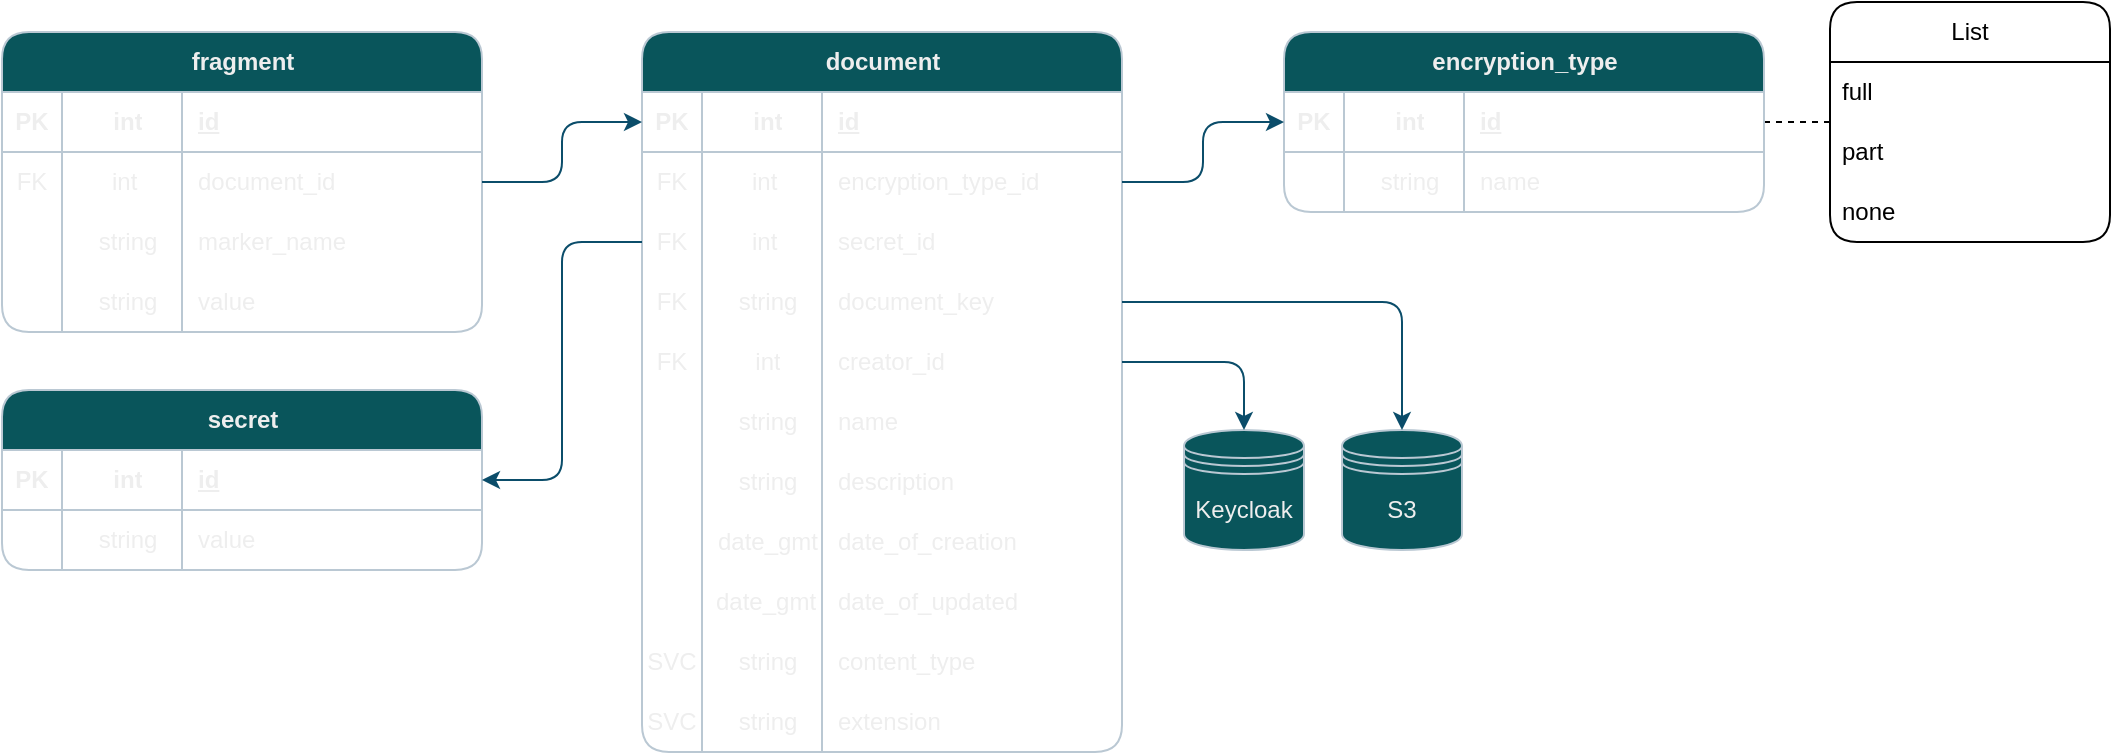
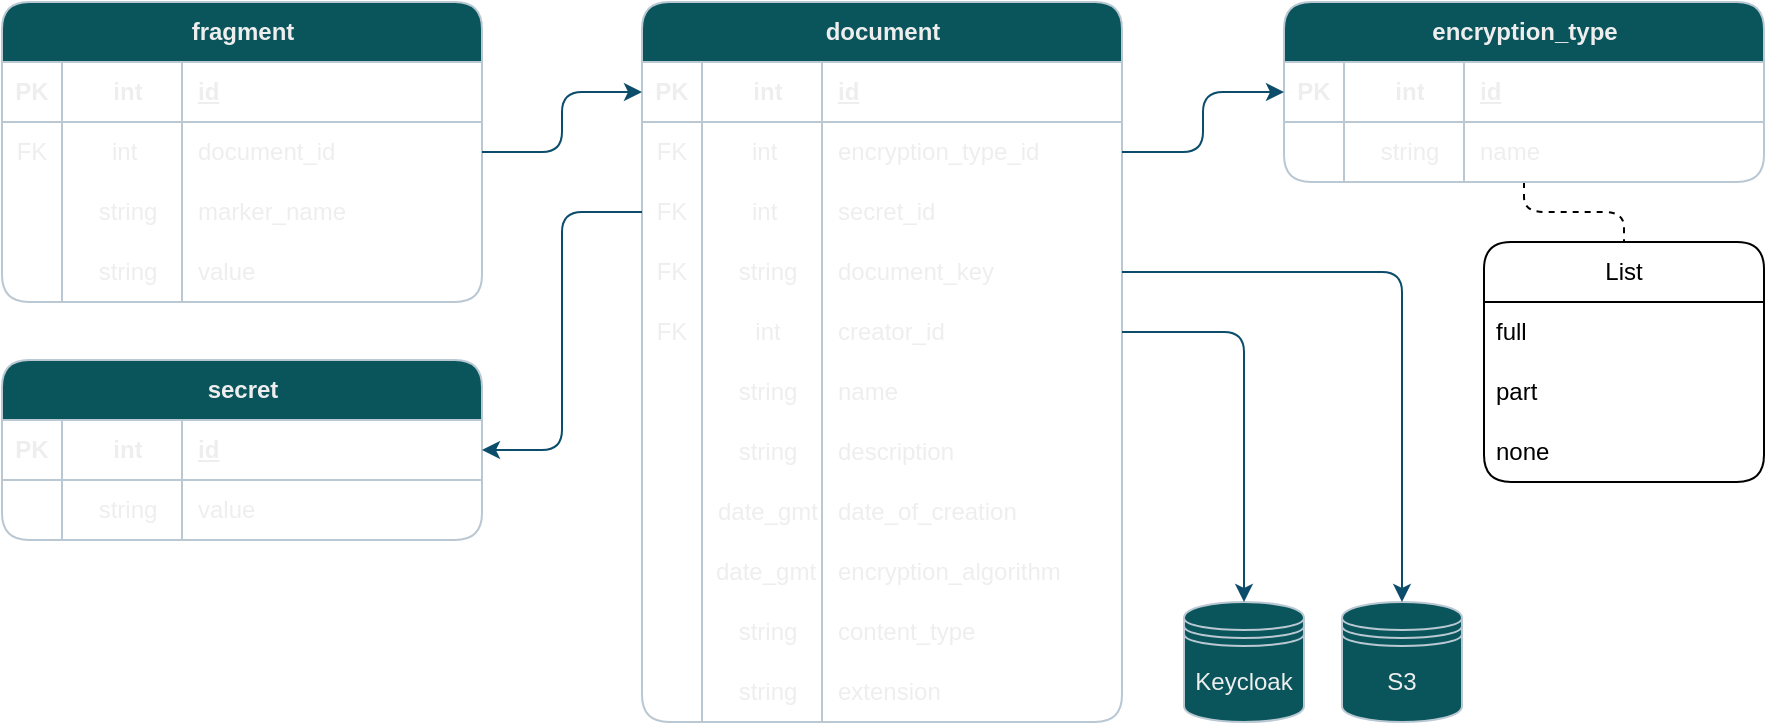
<mxfile host="65bd71144e">
    <diagram name="ER" id="ozNQdtyLzqo4yl6MguCJ">
-         <mxGraphModel dx="666" dy="1712" grid="1" gridSize="10" guides="1" tooltips="1" connect="1" arrows="1" fold="1" page="1" pageScale="1" pageWidth="827" pageHeight="1169" background="none" math="0" shadow="0" adaptiveColors="simple">
+         <mxGraphModel dx="1061" dy="1659" grid="1" gridSize="10" guides="1" tooltips="1" connect="1" arrows="1" fold="1" page="1" pageScale="1" pageWidth="827" pageHeight="1169" background="none" math="0" shadow="0" adaptiveColors="simple">
            <root>
                <mxCell id="0"/>
                <mxCell id="1" parent="0"/>
                <mxCell id="WeMIfrzVzb1mhSaOXlbd-22" value="document" style="shape=table;startSize=30;container=1;collapsible=1;childLayout=tableLayout;fixedRows=1;rowLines=0;fontStyle=1;align=center;resizeLast=1;html=1;rounded=1;strokeColor=#BAC8D3;fontColor=#EEEEEE;fillColor=#09555B;labelBackgroundColor=none;" parent="1" vertex="1">
                    <mxGeometry x="920" y="-199" width="240" height="360" as="geometry"/>
                </mxCell>
                <mxCell id="WeMIfrzVzb1mhSaOXlbd-23" value="" style="shape=tableRow;horizontal=0;startSize=0;swimlaneHead=0;swimlaneBody=0;fillColor=none;collapsible=0;dropTarget=0;points=[[0,0.5],[1,0.5]];portConstraint=eastwest;top=0;left=0;right=0;bottom=1;rounded=1;strokeColor=#BAC8D3;fontColor=#EEEEEE;labelBackgroundColor=none;" parent="WeMIfrzVzb1mhSaOXlbd-22" vertex="1">
                    <mxGeometry y="30" width="240" height="30" as="geometry"/>
                </mxCell>
                <mxCell id="WeMIfrzVzb1mhSaOXlbd-24" value="PK" style="shape=partialRectangle;connectable=0;fillColor=none;top=0;left=0;bottom=0;right=0;fontStyle=1;overflow=hidden;whiteSpace=wrap;html=1;rounded=1;strokeColor=#BAC8D3;fontColor=#EEEEEE;labelBackgroundColor=none;" parent="WeMIfrzVzb1mhSaOXlbd-23" vertex="1">
                    <mxGeometry width="30" height="30" as="geometry">
                        <mxRectangle width="30" height="30" as="alternateBounds"/>
                    </mxGeometry>
                </mxCell>
                <mxCell id="WeMIfrzVzb1mhSaOXlbd-25" value="int" style="shape=partialRectangle;connectable=0;fillColor=none;top=0;left=0;bottom=0;right=0;align=center;spacingLeft=6;fontStyle=1;overflow=hidden;whiteSpace=wrap;html=1;rounded=1;strokeColor=#BAC8D3;fontColor=#EEEEEE;labelBackgroundColor=none;" parent="WeMIfrzVzb1mhSaOXlbd-23" vertex="1">
                    <mxGeometry x="30" width="60" height="30" as="geometry">
                        <mxRectangle width="60" height="30" as="alternateBounds"/>
                    </mxGeometry>
                </mxCell>
                <mxCell id="WeMIfrzVzb1mhSaOXlbd-26" value="id" style="shape=partialRectangle;connectable=0;fillColor=none;top=0;left=0;bottom=0;right=0;align=left;spacingLeft=6;fontStyle=5;overflow=hidden;whiteSpace=wrap;html=1;rounded=1;strokeColor=#BAC8D3;fontColor=#EEEEEE;labelBackgroundColor=none;" parent="WeMIfrzVzb1mhSaOXlbd-23" vertex="1">
                    <mxGeometry x="90" width="150" height="30" as="geometry">
                        <mxRectangle width="150" height="30" as="alternateBounds"/>
                    </mxGeometry>
                </mxCell>
                <mxCell id="9z7OLy6JW_8dJLC3T-MT-35" style="shape=tableRow;horizontal=0;startSize=0;swimlaneHead=0;swimlaneBody=0;fillColor=none;collapsible=0;dropTarget=0;points=[[0,0.5],[1,0.5]];portConstraint=eastwest;top=0;left=0;right=0;bottom=0;rounded=1;strokeColor=#BAC8D3;fontColor=#EEEEEE;labelBackgroundColor=none;" parent="WeMIfrzVzb1mhSaOXlbd-22" vertex="1">
                    <mxGeometry y="60" width="240" height="30" as="geometry"/>
                </mxCell>
                <mxCell id="9z7OLy6JW_8dJLC3T-MT-36" value="FK" style="shape=partialRectangle;connectable=0;fillColor=none;top=0;left=0;bottom=0;right=0;editable=1;overflow=hidden;whiteSpace=wrap;html=1;rounded=1;strokeColor=#BAC8D3;fontColor=#EEEEEE;labelBackgroundColor=none;" parent="9z7OLy6JW_8dJLC3T-MT-35" vertex="1">
                    <mxGeometry width="30" height="30" as="geometry">
                        <mxRectangle width="30" height="30" as="alternateBounds"/>
                    </mxGeometry>
                </mxCell>
                <mxCell id="9z7OLy6JW_8dJLC3T-MT-37" value="int&amp;nbsp;" style="shape=partialRectangle;connectable=0;fillColor=none;top=0;left=0;bottom=0;right=0;align=center;spacingLeft=6;overflow=hidden;whiteSpace=wrap;html=1;rounded=1;strokeColor=#BAC8D3;fontColor=#EEEEEE;fontStyle=0;labelBackgroundColor=none;" parent="9z7OLy6JW_8dJLC3T-MT-35" vertex="1">
                    <mxGeometry x="30" width="60" height="30" as="geometry">
                        <mxRectangle width="60" height="30" as="alternateBounds"/>
                    </mxGeometry>
                </mxCell>
                <mxCell id="9z7OLy6JW_8dJLC3T-MT-38" value="encryption_type_id" style="shape=partialRectangle;connectable=0;fillColor=none;top=0;left=0;bottom=0;right=0;align=left;spacingLeft=6;overflow=hidden;whiteSpace=wrap;html=1;rounded=1;strokeColor=#BAC8D3;fontColor=#EEEEEE;labelBackgroundColor=none;" parent="9z7OLy6JW_8dJLC3T-MT-35" vertex="1">
                    <mxGeometry x="90" width="150" height="30" as="geometry">
                        <mxRectangle width="150" height="30" as="alternateBounds"/>
                    </mxGeometry>
                </mxCell>
                <mxCell id="WeMIfrzVzb1mhSaOXlbd-31" value="" style="shape=tableRow;horizontal=0;startSize=0;swimlaneHead=0;swimlaneBody=0;fillColor=none;collapsible=0;dropTarget=0;points=[[0,0.5],[1,0.5]];portConstraint=eastwest;top=0;left=0;right=0;bottom=0;rounded=1;strokeColor=#BAC8D3;fontColor=#EEEEEE;labelBackgroundColor=none;" parent="WeMIfrzVzb1mhSaOXlbd-22" vertex="1">
                    <mxGeometry y="90" width="240" height="30" as="geometry"/>
                </mxCell>
                <mxCell id="WeMIfrzVzb1mhSaOXlbd-32" value="FK" style="shape=partialRectangle;connectable=0;fillColor=none;top=0;left=0;bottom=0;right=0;editable=1;overflow=hidden;whiteSpace=wrap;html=1;rounded=1;strokeColor=#BAC8D3;fontColor=#EEEEEE;labelBackgroundColor=none;" parent="WeMIfrzVzb1mhSaOXlbd-31" vertex="1">
                    <mxGeometry width="30" height="30" as="geometry">
                        <mxRectangle width="30" height="30" as="alternateBounds"/>
                    </mxGeometry>
                </mxCell>
                <mxCell id="WeMIfrzVzb1mhSaOXlbd-33" value="int&amp;nbsp;" style="shape=partialRectangle;connectable=0;fillColor=none;top=0;left=0;bottom=0;right=0;align=center;spacingLeft=6;overflow=hidden;whiteSpace=wrap;html=1;rounded=1;strokeColor=#BAC8D3;fontColor=#EEEEEE;fontStyle=0;labelBackgroundColor=none;" parent="WeMIfrzVzb1mhSaOXlbd-31" vertex="1">
                    <mxGeometry x="30" width="60" height="30" as="geometry">
                        <mxRectangle width="60" height="30" as="alternateBounds"/>
                    </mxGeometry>
                </mxCell>
                <mxCell id="WeMIfrzVzb1mhSaOXlbd-34" value="secret_id" style="shape=partialRectangle;connectable=0;fillColor=none;top=0;left=0;bottom=0;right=0;align=left;spacingLeft=6;overflow=hidden;whiteSpace=wrap;html=1;rounded=1;strokeColor=#BAC8D3;fontColor=#EEEEEE;labelBackgroundColor=none;" parent="WeMIfrzVzb1mhSaOXlbd-31" vertex="1">
                    <mxGeometry x="90" width="150" height="30" as="geometry">
                        <mxRectangle width="150" height="30" as="alternateBounds"/>
                    </mxGeometry>
                </mxCell>
                <mxCell id="WeMIfrzVzb1mhSaOXlbd-27" value="" style="shape=tableRow;horizontal=0;startSize=0;swimlaneHead=0;swimlaneBody=0;fillColor=none;collapsible=0;dropTarget=0;points=[[0,0.5],[1,0.5]];portConstraint=eastwest;top=0;left=0;right=0;bottom=0;rounded=1;strokeColor=#BAC8D3;fontColor=#EEEEEE;labelBackgroundColor=none;" parent="WeMIfrzVzb1mhSaOXlbd-22" vertex="1">
                    <mxGeometry y="120" width="240" height="30" as="geometry"/>
                </mxCell>
                <mxCell id="WeMIfrzVzb1mhSaOXlbd-28" value="FK" style="shape=partialRectangle;connectable=0;fillColor=none;top=0;left=0;bottom=0;right=0;editable=1;overflow=hidden;whiteSpace=wrap;html=1;rounded=1;strokeColor=#BAC8D3;fontColor=#EEEEEE;labelBackgroundColor=none;" parent="WeMIfrzVzb1mhSaOXlbd-27" vertex="1">
                    <mxGeometry width="30" height="30" as="geometry">
                        <mxRectangle width="30" height="30" as="alternateBounds"/>
                    </mxGeometry>
                </mxCell>
                <mxCell id="WeMIfrzVzb1mhSaOXlbd-29" value="string" style="shape=partialRectangle;connectable=0;fillColor=none;top=0;left=0;bottom=0;right=0;align=center;spacingLeft=6;overflow=hidden;whiteSpace=wrap;html=1;rounded=1;strokeColor=#BAC8D3;fontColor=#EEEEEE;fontStyle=0;labelBackgroundColor=none;" parent="WeMIfrzVzb1mhSaOXlbd-27" vertex="1">
                    <mxGeometry x="30" width="60" height="30" as="geometry">
                        <mxRectangle width="60" height="30" as="alternateBounds"/>
                    </mxGeometry>
                </mxCell>
                <mxCell id="WeMIfrzVzb1mhSaOXlbd-30" value="document_key" style="shape=partialRectangle;connectable=0;fillColor=none;top=0;left=0;bottom=0;right=0;align=left;spacingLeft=6;overflow=hidden;whiteSpace=wrap;html=1;rounded=1;strokeColor=#BAC8D3;fontColor=#EEEEEE;labelBackgroundColor=none;" parent="WeMIfrzVzb1mhSaOXlbd-27" vertex="1">
                    <mxGeometry x="90" width="150" height="30" as="geometry">
                        <mxRectangle width="150" height="30" as="alternateBounds"/>
                    </mxGeometry>
                </mxCell>
                <mxCell id="9z7OLy6JW_8dJLC3T-MT-43" style="shape=tableRow;horizontal=0;startSize=0;swimlaneHead=0;swimlaneBody=0;fillColor=none;collapsible=0;dropTarget=0;points=[[0,0.5],[1,0.5]];portConstraint=eastwest;top=0;left=0;right=0;bottom=0;rounded=1;strokeColor=#BAC8D3;fontColor=#EEEEEE;labelBackgroundColor=none;" parent="WeMIfrzVzb1mhSaOXlbd-22" vertex="1">
                    <mxGeometry y="150" width="240" height="30" as="geometry"/>
                </mxCell>
                <mxCell id="9z7OLy6JW_8dJLC3T-MT-44" value="FK" style="shape=partialRectangle;connectable=0;fillColor=none;top=0;left=0;bottom=0;right=0;editable=1;overflow=hidden;whiteSpace=wrap;html=1;rounded=1;strokeColor=#BAC8D3;fontColor=#EEEEEE;labelBackgroundColor=none;" parent="9z7OLy6JW_8dJLC3T-MT-43" vertex="1">
                    <mxGeometry width="30" height="30" as="geometry">
                        <mxRectangle width="30" height="30" as="alternateBounds"/>
                    </mxGeometry>
                </mxCell>
                <mxCell id="9z7OLy6JW_8dJLC3T-MT-45" value="int" style="shape=partialRectangle;connectable=0;fillColor=none;top=0;left=0;bottom=0;right=0;align=center;spacingLeft=6;overflow=hidden;whiteSpace=wrap;html=1;rounded=1;strokeColor=#BAC8D3;fontColor=#EEEEEE;fontStyle=0;labelBackgroundColor=none;" parent="9z7OLy6JW_8dJLC3T-MT-43" vertex="1">
                    <mxGeometry x="30" width="60" height="30" as="geometry">
                        <mxRectangle width="60" height="30" as="alternateBounds"/>
                    </mxGeometry>
                </mxCell>
                <mxCell id="9z7OLy6JW_8dJLC3T-MT-46" value="creator_id" style="shape=partialRectangle;connectable=0;fillColor=none;top=0;left=0;bottom=0;right=0;align=left;spacingLeft=6;overflow=hidden;whiteSpace=wrap;html=1;rounded=1;strokeColor=#BAC8D3;fontColor=#EEEEEE;labelBackgroundColor=none;" parent="9z7OLy6JW_8dJLC3T-MT-43" vertex="1">
                    <mxGeometry x="90" width="150" height="30" as="geometry">
                        <mxRectangle width="150" height="30" as="alternateBounds"/>
                    </mxGeometry>
                </mxCell>
                <mxCell id="02yuYbhJ1XJTnmvCylMU-35" style="shape=tableRow;horizontal=0;startSize=0;swimlaneHead=0;swimlaneBody=0;fillColor=none;collapsible=0;dropTarget=0;points=[[0,0.5],[1,0.5]];portConstraint=eastwest;top=0;left=0;right=0;bottom=0;rounded=1;strokeColor=#BAC8D3;fontColor=#EEEEEE;labelBackgroundColor=none;" parent="WeMIfrzVzb1mhSaOXlbd-22" vertex="1">
                    <mxGeometry y="180" width="240" height="30" as="geometry"/>
                </mxCell>
                <mxCell id="02yuYbhJ1XJTnmvCylMU-36" style="shape=partialRectangle;connectable=0;fillColor=none;top=0;left=0;bottom=0;right=0;editable=1;overflow=hidden;whiteSpace=wrap;html=1;rounded=1;strokeColor=#BAC8D3;fontColor=#EEEEEE;labelBackgroundColor=none;" parent="02yuYbhJ1XJTnmvCylMU-35" vertex="1">
                    <mxGeometry width="30" height="30" as="geometry">
                        <mxRectangle width="30" height="30" as="alternateBounds"/>
                    </mxGeometry>
                </mxCell>
                <mxCell id="02yuYbhJ1XJTnmvCylMU-37" value="string" style="shape=partialRectangle;connectable=0;fillColor=none;top=0;left=0;bottom=0;right=0;align=center;spacingLeft=6;overflow=hidden;whiteSpace=wrap;html=1;rounded=1;strokeColor=#BAC8D3;fontColor=#EEEEEE;fontStyle=0;labelBackgroundColor=none;" parent="02yuYbhJ1XJTnmvCylMU-35" vertex="1">
                    <mxGeometry x="30" width="60" height="30" as="geometry">
                        <mxRectangle width="60" height="30" as="alternateBounds"/>
                    </mxGeometry>
                </mxCell>
                <mxCell id="02yuYbhJ1XJTnmvCylMU-38" value="name" style="shape=partialRectangle;connectable=0;fillColor=none;top=0;left=0;bottom=0;right=0;align=left;spacingLeft=6;overflow=hidden;whiteSpace=wrap;html=1;rounded=1;strokeColor=#BAC8D3;fontColor=#EEEEEE;labelBackgroundColor=none;" parent="02yuYbhJ1XJTnmvCylMU-35" vertex="1">
                    <mxGeometry x="90" width="150" height="30" as="geometry">
                        <mxRectangle width="150" height="30" as="alternateBounds"/>
                    </mxGeometry>
                </mxCell>
                <mxCell id="02yuYbhJ1XJTnmvCylMU-31" style="shape=tableRow;horizontal=0;startSize=0;swimlaneHead=0;swimlaneBody=0;fillColor=none;collapsible=0;dropTarget=0;points=[[0,0.5],[1,0.5]];portConstraint=eastwest;top=0;left=0;right=0;bottom=0;rounded=1;strokeColor=#BAC8D3;fontColor=#EEEEEE;labelBackgroundColor=none;" parent="WeMIfrzVzb1mhSaOXlbd-22" vertex="1">
                    <mxGeometry y="210" width="240" height="30" as="geometry"/>
                </mxCell>
                <mxCell id="02yuYbhJ1XJTnmvCylMU-32" style="shape=partialRectangle;connectable=0;fillColor=none;top=0;left=0;bottom=0;right=0;editable=1;overflow=hidden;whiteSpace=wrap;html=1;rounded=1;strokeColor=#BAC8D3;fontColor=#EEEEEE;labelBackgroundColor=none;" parent="02yuYbhJ1XJTnmvCylMU-31" vertex="1">
                    <mxGeometry width="30" height="30" as="geometry">
                        <mxRectangle width="30" height="30" as="alternateBounds"/>
                    </mxGeometry>
                </mxCell>
                <mxCell id="02yuYbhJ1XJTnmvCylMU-33" value="string" style="shape=partialRectangle;connectable=0;fillColor=none;top=0;left=0;bottom=0;right=0;align=center;spacingLeft=6;overflow=hidden;whiteSpace=wrap;html=1;rounded=1;strokeColor=#BAC8D3;fontColor=#EEEEEE;fontStyle=0;labelBackgroundColor=none;" parent="02yuYbhJ1XJTnmvCylMU-31" vertex="1">
                    <mxGeometry x="30" width="60" height="30" as="geometry">
                        <mxRectangle width="60" height="30" as="alternateBounds"/>
                    </mxGeometry>
                </mxCell>
                <mxCell id="02yuYbhJ1XJTnmvCylMU-34" value="description" style="shape=partialRectangle;connectable=0;fillColor=none;top=0;left=0;bottom=0;right=0;align=left;spacingLeft=6;overflow=hidden;whiteSpace=wrap;html=1;rounded=1;strokeColor=#BAC8D3;fontColor=#EEEEEE;labelBackgroundColor=none;" parent="02yuYbhJ1XJTnmvCylMU-31" vertex="1">
                    <mxGeometry x="90" width="150" height="30" as="geometry">
                        <mxRectangle width="150" height="30" as="alternateBounds"/>
                    </mxGeometry>
                </mxCell>
                <mxCell id="DQQT187eWOYeW75ENzVE-5" style="shape=tableRow;horizontal=0;startSize=0;swimlaneHead=0;swimlaneBody=0;fillColor=none;collapsible=0;dropTarget=0;points=[[0,0.5],[1,0.5]];portConstraint=eastwest;top=0;left=0;right=0;bottom=0;rounded=1;strokeColor=#BAC8D3;fontColor=#EEEEEE;labelBackgroundColor=none;" parent="WeMIfrzVzb1mhSaOXlbd-22" vertex="1">
                    <mxGeometry y="240" width="240" height="30" as="geometry"/>
                </mxCell>
                <mxCell id="DQQT187eWOYeW75ENzVE-6" style="shape=partialRectangle;connectable=0;fillColor=none;top=0;left=0;bottom=0;right=0;editable=1;overflow=hidden;whiteSpace=wrap;html=1;rounded=1;strokeColor=#BAC8D3;fontColor=#EEEEEE;labelBackgroundColor=none;" parent="DQQT187eWOYeW75ENzVE-5" vertex="1">
                    <mxGeometry width="30" height="30" as="geometry">
                        <mxRectangle width="30" height="30" as="alternateBounds"/>
                    </mxGeometry>
                </mxCell>
                <mxCell id="DQQT187eWOYeW75ENzVE-7" value="date_gmt" style="shape=partialRectangle;connectable=0;fillColor=none;top=0;left=0;bottom=0;right=0;align=center;spacingLeft=6;overflow=hidden;whiteSpace=wrap;html=1;rounded=1;strokeColor=#BAC8D3;fontColor=#EEEEEE;fontStyle=0;labelBackgroundColor=none;" parent="DQQT187eWOYeW75ENzVE-5" vertex="1">
                    <mxGeometry x="30" width="60" height="30" as="geometry">
                        <mxRectangle width="60" height="30" as="alternateBounds"/>
                    </mxGeometry>
                </mxCell>
                <mxCell id="DQQT187eWOYeW75ENzVE-8" value="date_of_creation" style="shape=partialRectangle;connectable=0;fillColor=none;top=0;left=0;bottom=0;right=0;align=left;spacingLeft=6;overflow=hidden;whiteSpace=wrap;html=1;rounded=1;strokeColor=#BAC8D3;fontColor=#EEEEEE;labelBackgroundColor=none;" parent="DQQT187eWOYeW75ENzVE-5" vertex="1">
                    <mxGeometry x="90" width="150" height="30" as="geometry">
                        <mxRectangle width="150" height="30" as="alternateBounds"/>
                    </mxGeometry>
                </mxCell>
                <mxCell id="DQQT187eWOYeW75ENzVE-9" style="shape=tableRow;horizontal=0;startSize=0;swimlaneHead=0;swimlaneBody=0;fillColor=none;collapsible=0;dropTarget=0;points=[[0,0.5],[1,0.5]];portConstraint=eastwest;top=0;left=0;right=0;bottom=0;rounded=1;strokeColor=#BAC8D3;fontColor=#EEEEEE;labelBackgroundColor=none;" parent="WeMIfrzVzb1mhSaOXlbd-22" vertex="1">
                    <mxGeometry y="270" width="240" height="30" as="geometry"/>
                </mxCell>
                <mxCell id="DQQT187eWOYeW75ENzVE-10" style="shape=partialRectangle;connectable=0;fillColor=none;top=0;left=0;bottom=0;right=0;editable=1;overflow=hidden;whiteSpace=wrap;html=1;rounded=1;strokeColor=#BAC8D3;fontColor=#EEEEEE;labelBackgroundColor=none;" parent="DQQT187eWOYeW75ENzVE-9" vertex="1">
                    <mxGeometry width="30" height="30" as="geometry">
                        <mxRectangle width="30" height="30" as="alternateBounds"/>
                    </mxGeometry>
                </mxCell>
                <mxCell id="DQQT187eWOYeW75ENzVE-11" value="date_gmt&amp;nbsp;" style="shape=partialRectangle;connectable=0;fillColor=none;top=0;left=0;bottom=0;right=0;align=center;spacingLeft=6;overflow=hidden;whiteSpace=wrap;html=1;rounded=1;strokeColor=#BAC8D3;fontColor=#EEEEEE;fontStyle=0;labelBackgroundColor=none;" parent="DQQT187eWOYeW75ENzVE-9" vertex="1">
                    <mxGeometry x="30" width="60" height="30" as="geometry">
                        <mxRectangle width="60" height="30" as="alternateBounds"/>
                    </mxGeometry>
                </mxCell>
-                 <mxCell id="DQQT187eWOYeW75ENzVE-12" value="date_of_updated" style="shape=partialRectangle;connectable=0;fillColor=none;top=0;left=0;bottom=0;right=0;align=left;spacingLeft=6;overflow=hidden;whiteSpace=wrap;html=1;rounded=1;strokeColor=#BAC8D3;fontColor=#EEEEEE;labelBackgroundColor=none;" parent="DQQT187eWOYeW75ENzVE-9" vertex="1">
+                 <mxCell id="DQQT187eWOYeW75ENzVE-12" value="encryption_algorithm" style="shape=partialRectangle;connectable=0;fillColor=none;top=0;left=0;bottom=0;right=0;align=left;spacingLeft=6;overflow=hidden;whiteSpace=wrap;html=1;rounded=1;strokeColor=#BAC8D3;fontColor=#EEEEEE;labelBackgroundColor=none;" parent="DQQT187eWOYeW75ENzVE-9" vertex="1">
                    <mxGeometry x="90" width="150" height="30" as="geometry">
                        <mxRectangle width="150" height="30" as="alternateBounds"/>
                    </mxGeometry>
                </mxCell>
                <mxCell id="WeMIfrzVzb1mhSaOXlbd-35" value="" style="shape=tableRow;horizontal=0;startSize=0;swimlaneHead=0;swimlaneBody=0;fillColor=none;collapsible=0;dropTarget=0;points=[[0,0.5],[1,0.5]];portConstraint=eastwest;top=0;left=0;right=0;bottom=0;rounded=1;strokeColor=#BAC8D3;fontColor=#EEEEEE;labelBackgroundColor=none;" parent="WeMIfrzVzb1mhSaOXlbd-22" vertex="1">
                    <mxGeometry y="300" width="240" height="30" as="geometry"/>
                </mxCell>
-                 <mxCell id="WeMIfrzVzb1mhSaOXlbd-36" value="SVC" style="shape=partialRectangle;connectable=0;fillColor=none;top=0;left=0;bottom=0;right=0;editable=1;overflow=hidden;whiteSpace=wrap;html=1;rounded=1;strokeColor=#BAC8D3;fontColor=#EEEEEE;labelBackgroundColor=none;" parent="WeMIfrzVzb1mhSaOXlbd-35" vertex="1">
+                 <mxCell id="WeMIfrzVzb1mhSaOXlbd-36" value="" style="shape=partialRectangle;connectable=0;fillColor=none;top=0;left=0;bottom=0;right=0;editable=1;overflow=hidden;whiteSpace=wrap;html=1;rounded=1;strokeColor=#BAC8D3;fontColor=#EEEEEE;labelBackgroundColor=none;" parent="WeMIfrzVzb1mhSaOXlbd-35" vertex="1">
                    <mxGeometry width="30" height="30" as="geometry">
                        <mxRectangle width="30" height="30" as="alternateBounds"/>
                    </mxGeometry>
                </mxCell>
                <mxCell id="WeMIfrzVzb1mhSaOXlbd-37" value="string" style="shape=partialRectangle;connectable=0;fillColor=none;top=0;left=0;bottom=0;right=0;align=center;spacingLeft=6;overflow=hidden;whiteSpace=wrap;html=1;rounded=1;strokeColor=#BAC8D3;fontColor=#EEEEEE;fontStyle=0;labelBackgroundColor=none;" parent="WeMIfrzVzb1mhSaOXlbd-35" vertex="1">
                    <mxGeometry x="30" width="60" height="30" as="geometry">
                        <mxRectangle width="60" height="30" as="alternateBounds"/>
                    </mxGeometry>
                </mxCell>
                <mxCell id="WeMIfrzVzb1mhSaOXlbd-38" value="content_type" style="shape=partialRectangle;connectable=0;fillColor=none;top=0;left=0;bottom=0;right=0;align=left;spacingLeft=6;overflow=hidden;whiteSpace=wrap;html=1;rounded=1;strokeColor=#BAC8D3;fontColor=#EEEEEE;labelBackgroundColor=none;" parent="WeMIfrzVzb1mhSaOXlbd-35" vertex="1">
                    <mxGeometry x="90" width="150" height="30" as="geometry">
                        <mxRectangle width="150" height="30" as="alternateBounds"/>
                    </mxGeometry>
                </mxCell>
                <mxCell id="DQQT187eWOYeW75ENzVE-1" style="shape=tableRow;horizontal=0;startSize=0;swimlaneHead=0;swimlaneBody=0;fillColor=none;collapsible=0;dropTarget=0;points=[[0,0.5],[1,0.5]];portConstraint=eastwest;top=0;left=0;right=0;bottom=0;rounded=1;strokeColor=#BAC8D3;fontColor=#EEEEEE;labelBackgroundColor=none;" parent="WeMIfrzVzb1mhSaOXlbd-22" vertex="1">
                    <mxGeometry y="330" width="240" height="30" as="geometry"/>
                </mxCell>
-                 <mxCell id="DQQT187eWOYeW75ENzVE-2" value="SVC" style="shape=partialRectangle;connectable=0;fillColor=none;top=0;left=0;bottom=0;right=0;editable=1;overflow=hidden;whiteSpace=wrap;html=1;rounded=1;strokeColor=#BAC8D3;fontColor=#EEEEEE;labelBackgroundColor=none;" parent="DQQT187eWOYeW75ENzVE-1" vertex="1">
+                 <mxCell id="DQQT187eWOYeW75ENzVE-2" value="" style="shape=partialRectangle;connectable=0;fillColor=none;top=0;left=0;bottom=0;right=0;editable=1;overflow=hidden;whiteSpace=wrap;html=1;rounded=1;strokeColor=#BAC8D3;fontColor=#EEEEEE;labelBackgroundColor=none;" parent="DQQT187eWOYeW75ENzVE-1" vertex="1">
                    <mxGeometry width="30" height="30" as="geometry">
                        <mxRectangle width="30" height="30" as="alternateBounds"/>
                    </mxGeometry>
                </mxCell>
                <mxCell id="DQQT187eWOYeW75ENzVE-3" value="string" style="shape=partialRectangle;connectable=0;fillColor=none;top=0;left=0;bottom=0;right=0;align=center;spacingLeft=6;overflow=hidden;whiteSpace=wrap;html=1;rounded=1;strokeColor=#BAC8D3;fontColor=#EEEEEE;fontStyle=0;labelBackgroundColor=none;" parent="DQQT187eWOYeW75ENzVE-1" vertex="1">
                    <mxGeometry x="30" width="60" height="30" as="geometry">
                        <mxRectangle width="60" height="30" as="alternateBounds"/>
                    </mxGeometry>
                </mxCell>
                <mxCell id="DQQT187eWOYeW75ENzVE-4" value="extension" style="shape=partialRectangle;connectable=0;fillColor=none;top=0;left=0;bottom=0;right=0;align=left;spacingLeft=6;overflow=hidden;whiteSpace=wrap;html=1;rounded=1;strokeColor=#BAC8D3;fontColor=#EEEEEE;labelBackgroundColor=none;" parent="DQQT187eWOYeW75ENzVE-1" vertex="1">
                    <mxGeometry x="90" width="150" height="30" as="geometry">
                        <mxRectangle width="150" height="30" as="alternateBounds"/>
                    </mxGeometry>
                </mxCell>
-                 <mxCell id="7" style="edgeStyle=none;html=1;dashed=1;endArrow=none;endFill=0;" parent="1" source="9z7OLy6JW_8dJLC3T-MT-18" target="2" edge="1">
+                 <mxCell id="7" style="edgeStyle=orthogonalEdgeStyle;html=1;dashed=1;endArrow=none;endFill=0;" parent="1" source="9z7OLy6JW_8dJLC3T-MT-18" target="2" edge="1">
                    <mxGeometry relative="1" as="geometry"/>
                </mxCell>
                <mxCell id="9z7OLy6JW_8dJLC3T-MT-18" value="encryption_type" style="shape=table;startSize=30;container=1;collapsible=1;childLayout=tableLayout;fixedRows=1;rowLines=0;fontStyle=1;align=center;resizeLast=1;html=1;rounded=1;strokeColor=#BAC8D3;fontColor=#EEEEEE;fillColor=#09555B;labelBackgroundColor=none;" parent="1" vertex="1">
                    <mxGeometry x="1241" y="-199" width="240" height="90" as="geometry"/>
                </mxCell>
                <mxCell id="9z7OLy6JW_8dJLC3T-MT-19" value="" style="shape=tableRow;horizontal=0;startSize=0;swimlaneHead=0;swimlaneBody=0;fillColor=none;collapsible=0;dropTarget=0;points=[[0,0.5],[1,0.5]];portConstraint=eastwest;top=0;left=0;right=0;bottom=1;rounded=1;strokeColor=#BAC8D3;fontColor=#EEEEEE;labelBackgroundColor=none;" parent="9z7OLy6JW_8dJLC3T-MT-18" vertex="1">
                    <mxGeometry y="30" width="240" height="30" as="geometry"/>
                </mxCell>
                <mxCell id="9z7OLy6JW_8dJLC3T-MT-20" value="PK" style="shape=partialRectangle;connectable=0;fillColor=none;top=0;left=0;bottom=0;right=0;fontStyle=1;overflow=hidden;whiteSpace=wrap;html=1;rounded=1;strokeColor=#BAC8D3;fontColor=#EEEEEE;labelBackgroundColor=none;" parent="9z7OLy6JW_8dJLC3T-MT-19" vertex="1">
                    <mxGeometry width="30" height="30" as="geometry">
                        <mxRectangle width="30" height="30" as="alternateBounds"/>
                    </mxGeometry>
                </mxCell>
                <mxCell id="9z7OLy6JW_8dJLC3T-MT-21" value="int" style="shape=partialRectangle;connectable=0;fillColor=none;top=0;left=0;bottom=0;right=0;align=center;spacingLeft=6;fontStyle=1;overflow=hidden;whiteSpace=wrap;html=1;rounded=1;strokeColor=#BAC8D3;fontColor=#EEEEEE;labelBackgroundColor=none;" parent="9z7OLy6JW_8dJLC3T-MT-19" vertex="1">
                    <mxGeometry x="30" width="60" height="30" as="geometry">
                        <mxRectangle width="60" height="30" as="alternateBounds"/>
                    </mxGeometry>
                </mxCell>
                <mxCell id="9z7OLy6JW_8dJLC3T-MT-22" value="id" style="shape=partialRectangle;connectable=0;fillColor=none;top=0;left=0;bottom=0;right=0;align=left;spacingLeft=6;fontStyle=5;overflow=hidden;whiteSpace=wrap;html=1;rounded=1;strokeColor=#BAC8D3;fontColor=#EEEEEE;labelBackgroundColor=none;" parent="9z7OLy6JW_8dJLC3T-MT-19" vertex="1">
                    <mxGeometry x="90" width="150" height="30" as="geometry">
                        <mxRectangle width="150" height="30" as="alternateBounds"/>
                    </mxGeometry>
                </mxCell>
                <mxCell id="9z7OLy6JW_8dJLC3T-MT-23" value="" style="shape=tableRow;horizontal=0;startSize=0;swimlaneHead=0;swimlaneBody=0;fillColor=none;collapsible=0;dropTarget=0;points=[[0,0.5],[1,0.5]];portConstraint=eastwest;top=0;left=0;right=0;bottom=0;rounded=1;strokeColor=#BAC8D3;fontColor=#EEEEEE;labelBackgroundColor=none;" parent="9z7OLy6JW_8dJLC3T-MT-18" vertex="1">
                    <mxGeometry y="60" width="240" height="30" as="geometry"/>
                </mxCell>
                <mxCell id="9z7OLy6JW_8dJLC3T-MT-24" value="" style="shape=partialRectangle;connectable=0;fillColor=none;top=0;left=0;bottom=0;right=0;editable=1;overflow=hidden;whiteSpace=wrap;html=1;rounded=1;strokeColor=#BAC8D3;fontColor=#EEEEEE;labelBackgroundColor=none;" parent="9z7OLy6JW_8dJLC3T-MT-23" vertex="1">
                    <mxGeometry width="30" height="30" as="geometry">
                        <mxRectangle width="30" height="30" as="alternateBounds"/>
                    </mxGeometry>
                </mxCell>
                <mxCell id="9z7OLy6JW_8dJLC3T-MT-25" value="string" style="shape=partialRectangle;connectable=0;fillColor=none;top=0;left=0;bottom=0;right=0;align=center;spacingLeft=6;overflow=hidden;whiteSpace=wrap;html=1;rounded=1;strokeColor=#BAC8D3;fontColor=#EEEEEE;fontStyle=0;labelBackgroundColor=none;" parent="9z7OLy6JW_8dJLC3T-MT-23" vertex="1">
                    <mxGeometry x="30" width="60" height="30" as="geometry">
                        <mxRectangle width="60" height="30" as="alternateBounds"/>
                    </mxGeometry>
                </mxCell>
                <mxCell id="9z7OLy6JW_8dJLC3T-MT-26" value="name" style="shape=partialRectangle;connectable=0;fillColor=none;top=0;left=0;bottom=0;right=0;align=left;spacingLeft=6;overflow=hidden;whiteSpace=wrap;html=1;rounded=1;strokeColor=#BAC8D3;fontColor=#EEEEEE;labelBackgroundColor=none;" parent="9z7OLy6JW_8dJLC3T-MT-23" vertex="1">
                    <mxGeometry x="90" width="150" height="30" as="geometry">
                        <mxRectangle width="150" height="30" as="alternateBounds"/>
                    </mxGeometry>
                </mxCell>
                <mxCell id="9z7OLy6JW_8dJLC3T-MT-39" style="edgeStyle=orthogonalEdgeStyle;rounded=1;orthogonalLoop=1;jettySize=auto;html=1;strokeColor=#0B4D6A;fontColor=default;labelBackgroundColor=none;" parent="1" source="9z7OLy6JW_8dJLC3T-MT-35" target="9z7OLy6JW_8dJLC3T-MT-19" edge="1">
                    <mxGeometry relative="1" as="geometry"/>
                </mxCell>
                <mxCell id="Ss69--j9Xr4CP8lc5kw8-1" value="S3" style="shape=datastore;whiteSpace=wrap;html=1;strokeColor=#BAC8D3;fontColor=#EEEEEE;fillColor=#09555B;rounded=1;" parent="1" vertex="1">
-                     <mxGeometry x="1270" width="60" height="60" as="geometry"/>
+                     <mxGeometry x="1270" y="101" width="60" height="60" as="geometry"/>
                </mxCell>
                <mxCell id="Ss69--j9Xr4CP8lc5kw8-2" style="edgeStyle=orthogonalEdgeStyle;rounded=1;orthogonalLoop=1;jettySize=auto;html=1;strokeColor=#0B4D6A;" parent="1" source="WeMIfrzVzb1mhSaOXlbd-27" target="Ss69--j9Xr4CP8lc5kw8-1" edge="1">
                    <mxGeometry relative="1" as="geometry"/>
                </mxCell>
                <mxCell id="Ss69--j9Xr4CP8lc5kw8-3" value="fragment" style="shape=table;startSize=30;container=1;collapsible=1;childLayout=tableLayout;fixedRows=1;rowLines=0;fontStyle=1;align=center;resizeLast=1;html=1;rounded=1;strokeColor=#BAC8D3;fontColor=#EEEEEE;fillColor=#09555B;labelBackgroundColor=none;" parent="1" vertex="1">
                    <mxGeometry x="600" y="-199" width="240" height="150" as="geometry"/>
                </mxCell>
                <mxCell id="Ss69--j9Xr4CP8lc5kw8-4" value="" style="shape=tableRow;horizontal=0;startSize=0;swimlaneHead=0;swimlaneBody=0;fillColor=none;collapsible=0;dropTarget=0;points=[[0,0.5],[1,0.5]];portConstraint=eastwest;top=0;left=0;right=0;bottom=1;rounded=1;strokeColor=#BAC8D3;fontColor=#EEEEEE;labelBackgroundColor=none;" parent="Ss69--j9Xr4CP8lc5kw8-3" vertex="1">
                    <mxGeometry y="30" width="240" height="30" as="geometry"/>
                </mxCell>
                <mxCell id="Ss69--j9Xr4CP8lc5kw8-5" value="PK" style="shape=partialRectangle;connectable=0;fillColor=none;top=0;left=0;bottom=0;right=0;fontStyle=1;overflow=hidden;whiteSpace=wrap;html=1;rounded=1;strokeColor=#BAC8D3;fontColor=#EEEEEE;labelBackgroundColor=none;" parent="Ss69--j9Xr4CP8lc5kw8-4" vertex="1">
                    <mxGeometry width="30" height="30" as="geometry">
                        <mxRectangle width="30" height="30" as="alternateBounds"/>
                    </mxGeometry>
                </mxCell>
                <mxCell id="Ss69--j9Xr4CP8lc5kw8-6" value="int" style="shape=partialRectangle;connectable=0;fillColor=none;top=0;left=0;bottom=0;right=0;align=center;spacingLeft=6;fontStyle=1;overflow=hidden;whiteSpace=wrap;html=1;rounded=1;strokeColor=#BAC8D3;fontColor=#EEEEEE;labelBackgroundColor=none;" parent="Ss69--j9Xr4CP8lc5kw8-4" vertex="1">
                    <mxGeometry x="30" width="60" height="30" as="geometry">
                        <mxRectangle width="60" height="30" as="alternateBounds"/>
                    </mxGeometry>
                </mxCell>
                <mxCell id="Ss69--j9Xr4CP8lc5kw8-7" value="id" style="shape=partialRectangle;connectable=0;fillColor=none;top=0;left=0;bottom=0;right=0;align=left;spacingLeft=6;fontStyle=5;overflow=hidden;whiteSpace=wrap;html=1;rounded=1;strokeColor=#BAC8D3;fontColor=#EEEEEE;labelBackgroundColor=none;" parent="Ss69--j9Xr4CP8lc5kw8-4" vertex="1">
                    <mxGeometry x="90" width="150" height="30" as="geometry">
                        <mxRectangle width="150" height="30" as="alternateBounds"/>
                    </mxGeometry>
                </mxCell>
                <mxCell id="Ss69--j9Xr4CP8lc5kw8-8" style="shape=tableRow;horizontal=0;startSize=0;swimlaneHead=0;swimlaneBody=0;fillColor=none;collapsible=0;dropTarget=0;points=[[0,0.5],[1,0.5]];portConstraint=eastwest;top=0;left=0;right=0;bottom=0;rounded=1;strokeColor=#BAC8D3;fontColor=#EEEEEE;labelBackgroundColor=none;" parent="Ss69--j9Xr4CP8lc5kw8-3" vertex="1">
                    <mxGeometry y="60" width="240" height="30" as="geometry"/>
                </mxCell>
                <mxCell id="Ss69--j9Xr4CP8lc5kw8-9" value="FK" style="shape=partialRectangle;connectable=0;fillColor=none;top=0;left=0;bottom=0;right=0;editable=1;overflow=hidden;whiteSpace=wrap;html=1;rounded=1;strokeColor=#BAC8D3;fontColor=#EEEEEE;labelBackgroundColor=none;" parent="Ss69--j9Xr4CP8lc5kw8-8" vertex="1">
                    <mxGeometry width="30" height="30" as="geometry">
                        <mxRectangle width="30" height="30" as="alternateBounds"/>
                    </mxGeometry>
                </mxCell>
                <mxCell id="Ss69--j9Xr4CP8lc5kw8-10" value="int&amp;nbsp;" style="shape=partialRectangle;connectable=0;fillColor=none;top=0;left=0;bottom=0;right=0;align=center;spacingLeft=6;overflow=hidden;whiteSpace=wrap;html=1;rounded=1;strokeColor=#BAC8D3;fontColor=#EEEEEE;fontStyle=0;labelBackgroundColor=none;" parent="Ss69--j9Xr4CP8lc5kw8-8" vertex="1">
                    <mxGeometry x="30" width="60" height="30" as="geometry">
                        <mxRectangle width="60" height="30" as="alternateBounds"/>
                    </mxGeometry>
                </mxCell>
                <mxCell id="Ss69--j9Xr4CP8lc5kw8-11" value="document_id" style="shape=partialRectangle;connectable=0;fillColor=none;top=0;left=0;bottom=0;right=0;align=left;spacingLeft=6;overflow=hidden;whiteSpace=wrap;html=1;rounded=1;strokeColor=#BAC8D3;fontColor=#EEEEEE;labelBackgroundColor=none;" parent="Ss69--j9Xr4CP8lc5kw8-8" vertex="1">
                    <mxGeometry x="90" width="150" height="30" as="geometry">
                        <mxRectangle width="150" height="30" as="alternateBounds"/>
                    </mxGeometry>
                </mxCell>
                <mxCell id="Ss69--j9Xr4CP8lc5kw8-20" style="shape=tableRow;horizontal=0;startSize=0;swimlaneHead=0;swimlaneBody=0;fillColor=none;collapsible=0;dropTarget=0;points=[[0,0.5],[1,0.5]];portConstraint=eastwest;top=0;left=0;right=0;bottom=0;rounded=1;strokeColor=#BAC8D3;fontColor=#EEEEEE;labelBackgroundColor=none;" parent="Ss69--j9Xr4CP8lc5kw8-3" vertex="1">
                    <mxGeometry y="90" width="240" height="30" as="geometry"/>
                </mxCell>
                <mxCell id="Ss69--j9Xr4CP8lc5kw8-21" style="shape=partialRectangle;connectable=0;fillColor=none;top=0;left=0;bottom=0;right=0;editable=1;overflow=hidden;whiteSpace=wrap;html=1;rounded=1;strokeColor=#BAC8D3;fontColor=#EEEEEE;labelBackgroundColor=none;" parent="Ss69--j9Xr4CP8lc5kw8-20" vertex="1">
                    <mxGeometry width="30" height="30" as="geometry">
                        <mxRectangle width="30" height="30" as="alternateBounds"/>
                    </mxGeometry>
                </mxCell>
                <mxCell id="Ss69--j9Xr4CP8lc5kw8-22" value="string" style="shape=partialRectangle;connectable=0;fillColor=none;top=0;left=0;bottom=0;right=0;align=center;spacingLeft=6;overflow=hidden;whiteSpace=wrap;html=1;rounded=1;strokeColor=#BAC8D3;fontColor=#EEEEEE;fontStyle=0;labelBackgroundColor=none;" parent="Ss69--j9Xr4CP8lc5kw8-20" vertex="1">
                    <mxGeometry x="30" width="60" height="30" as="geometry">
                        <mxRectangle width="60" height="30" as="alternateBounds"/>
                    </mxGeometry>
                </mxCell>
                <mxCell id="Ss69--j9Xr4CP8lc5kw8-23" value="marker_name" style="shape=partialRectangle;connectable=0;fillColor=none;top=0;left=0;bottom=0;right=0;align=left;spacingLeft=6;overflow=hidden;whiteSpace=wrap;html=1;rounded=1;strokeColor=#BAC8D3;fontColor=#EEEEEE;labelBackgroundColor=none;" parent="Ss69--j9Xr4CP8lc5kw8-20" vertex="1">
                    <mxGeometry x="90" width="150" height="30" as="geometry">
                        <mxRectangle width="150" height="30" as="alternateBounds"/>
                    </mxGeometry>
                </mxCell>
                <mxCell id="Ss69--j9Xr4CP8lc5kw8-28" value="" style="shape=tableRow;horizontal=0;startSize=0;swimlaneHead=0;swimlaneBody=0;fillColor=none;collapsible=0;dropTarget=0;points=[[0,0.5],[1,0.5]];portConstraint=eastwest;top=0;left=0;right=0;bottom=0;rounded=1;strokeColor=#BAC8D3;fontColor=#EEEEEE;labelBackgroundColor=none;" parent="Ss69--j9Xr4CP8lc5kw8-3" vertex="1">
                    <mxGeometry y="120" width="240" height="30" as="geometry"/>
                </mxCell>
                <mxCell id="Ss69--j9Xr4CP8lc5kw8-29" value="" style="shape=partialRectangle;connectable=0;fillColor=none;top=0;left=0;bottom=0;right=0;editable=1;overflow=hidden;whiteSpace=wrap;html=1;rounded=1;strokeColor=#BAC8D3;fontColor=#EEEEEE;labelBackgroundColor=none;" parent="Ss69--j9Xr4CP8lc5kw8-28" vertex="1">
                    <mxGeometry width="30" height="30" as="geometry">
                        <mxRectangle width="30" height="30" as="alternateBounds"/>
                    </mxGeometry>
                </mxCell>
                <mxCell id="Ss69--j9Xr4CP8lc5kw8-30" value="string" style="shape=partialRectangle;connectable=0;fillColor=none;top=0;left=0;bottom=0;right=0;align=center;spacingLeft=6;overflow=hidden;whiteSpace=wrap;html=1;rounded=1;strokeColor=#BAC8D3;fontColor=#EEEEEE;fontStyle=0;labelBackgroundColor=none;" parent="Ss69--j9Xr4CP8lc5kw8-28" vertex="1">
                    <mxGeometry x="30" width="60" height="30" as="geometry">
                        <mxRectangle width="60" height="30" as="alternateBounds"/>
                    </mxGeometry>
                </mxCell>
                <mxCell id="Ss69--j9Xr4CP8lc5kw8-31" value="&lt;span style=&quot;text-align: center; white-space: nowrap;&quot;&gt;value&lt;/span&gt;" style="shape=partialRectangle;connectable=0;fillColor=none;top=0;left=0;bottom=0;right=0;align=left;spacingLeft=6;overflow=hidden;whiteSpace=wrap;html=1;rounded=1;strokeColor=#BAC8D3;fontColor=#EEEEEE;labelBackgroundColor=none;" parent="Ss69--j9Xr4CP8lc5kw8-28" vertex="1">
                    <mxGeometry x="90" width="150" height="30" as="geometry">
                        <mxRectangle width="150" height="30" as="alternateBounds"/>
                    </mxGeometry>
                </mxCell>
                <mxCell id="Ss69--j9Xr4CP8lc5kw8-48" style="edgeStyle=orthogonalEdgeStyle;rounded=1;orthogonalLoop=1;jettySize=auto;html=1;strokeColor=#0B4D6A;" parent="1" source="Ss69--j9Xr4CP8lc5kw8-8" target="WeMIfrzVzb1mhSaOXlbd-23" edge="1">
                    <mxGeometry relative="1" as="geometry"/>
                </mxCell>
                <mxCell id="Ss69--j9Xr4CP8lc5kw8-51" value="secret" style="shape=table;startSize=30;container=1;collapsible=1;childLayout=tableLayout;fixedRows=1;rowLines=0;fontStyle=1;align=center;resizeLast=1;html=1;rounded=1;strokeColor=#BAC8D3;fontColor=#EEEEEE;fillColor=#09555B;labelBackgroundColor=none;" parent="1" vertex="1">
                    <mxGeometry x="600" y="-20" width="240" height="90" as="geometry"/>
                </mxCell>
                <mxCell id="Ss69--j9Xr4CP8lc5kw8-52" value="" style="shape=tableRow;horizontal=0;startSize=0;swimlaneHead=0;swimlaneBody=0;fillColor=none;collapsible=0;dropTarget=0;points=[[0,0.5],[1,0.5]];portConstraint=eastwest;top=0;left=0;right=0;bottom=1;rounded=1;strokeColor=#BAC8D3;fontColor=#EEEEEE;labelBackgroundColor=none;" parent="Ss69--j9Xr4CP8lc5kw8-51" vertex="1">
                    <mxGeometry y="30" width="240" height="30" as="geometry"/>
                </mxCell>
                <mxCell id="Ss69--j9Xr4CP8lc5kw8-53" value="PK" style="shape=partialRectangle;connectable=0;fillColor=none;top=0;left=0;bottom=0;right=0;fontStyle=1;overflow=hidden;whiteSpace=wrap;html=1;rounded=1;strokeColor=#BAC8D3;fontColor=#EEEEEE;labelBackgroundColor=none;" parent="Ss69--j9Xr4CP8lc5kw8-52" vertex="1">
                    <mxGeometry width="30" height="30" as="geometry">
                        <mxRectangle width="30" height="30" as="alternateBounds"/>
                    </mxGeometry>
                </mxCell>
                <mxCell id="Ss69--j9Xr4CP8lc5kw8-54" value="int" style="shape=partialRectangle;connectable=0;fillColor=none;top=0;left=0;bottom=0;right=0;align=center;spacingLeft=6;fontStyle=1;overflow=hidden;whiteSpace=wrap;html=1;rounded=1;strokeColor=#BAC8D3;fontColor=#EEEEEE;labelBackgroundColor=none;" parent="Ss69--j9Xr4CP8lc5kw8-52" vertex="1">
                    <mxGeometry x="30" width="60" height="30" as="geometry">
                        <mxRectangle width="60" height="30" as="alternateBounds"/>
                    </mxGeometry>
                </mxCell>
                <mxCell id="Ss69--j9Xr4CP8lc5kw8-55" value="id" style="shape=partialRectangle;connectable=0;fillColor=none;top=0;left=0;bottom=0;right=0;align=left;spacingLeft=6;fontStyle=5;overflow=hidden;whiteSpace=wrap;html=1;rounded=1;strokeColor=#BAC8D3;fontColor=#EEEEEE;labelBackgroundColor=none;" parent="Ss69--j9Xr4CP8lc5kw8-52" vertex="1">
                    <mxGeometry x="90" width="150" height="30" as="geometry">
                        <mxRectangle width="150" height="30" as="alternateBounds"/>
                    </mxGeometry>
                </mxCell>
                <mxCell id="Ss69--j9Xr4CP8lc5kw8-60" style="shape=tableRow;horizontal=0;startSize=0;swimlaneHead=0;swimlaneBody=0;fillColor=none;collapsible=0;dropTarget=0;points=[[0,0.5],[1,0.5]];portConstraint=eastwest;top=0;left=0;right=0;bottom=0;rounded=1;strokeColor=#BAC8D3;fontColor=#EEEEEE;labelBackgroundColor=none;" parent="Ss69--j9Xr4CP8lc5kw8-51" vertex="1">
                    <mxGeometry y="60" width="240" height="30" as="geometry"/>
                </mxCell>
                <mxCell id="Ss69--j9Xr4CP8lc5kw8-61" value="" style="shape=partialRectangle;connectable=0;fillColor=none;top=0;left=0;bottom=0;right=0;editable=1;overflow=hidden;whiteSpace=wrap;html=1;rounded=1;strokeColor=#BAC8D3;fontColor=#EEEEEE;labelBackgroundColor=none;" parent="Ss69--j9Xr4CP8lc5kw8-60" vertex="1">
                    <mxGeometry width="30" height="30" as="geometry">
                        <mxRectangle width="30" height="30" as="alternateBounds"/>
                    </mxGeometry>
                </mxCell>
                <mxCell id="Ss69--j9Xr4CP8lc5kw8-62" value="string" style="shape=partialRectangle;connectable=0;fillColor=none;top=0;left=0;bottom=0;right=0;align=center;spacingLeft=6;overflow=hidden;whiteSpace=wrap;html=1;rounded=1;strokeColor=#BAC8D3;fontColor=#EEEEEE;fontStyle=0;labelBackgroundColor=none;" parent="Ss69--j9Xr4CP8lc5kw8-60" vertex="1">
                    <mxGeometry x="30" width="60" height="30" as="geometry">
                        <mxRectangle width="60" height="30" as="alternateBounds"/>
                    </mxGeometry>
                </mxCell>
                <mxCell id="Ss69--j9Xr4CP8lc5kw8-63" value="value" style="shape=partialRectangle;connectable=0;fillColor=none;top=0;left=0;bottom=0;right=0;align=left;spacingLeft=6;overflow=hidden;whiteSpace=wrap;html=1;rounded=1;strokeColor=#BAC8D3;fontColor=#EEEEEE;labelBackgroundColor=none;" parent="Ss69--j9Xr4CP8lc5kw8-60" vertex="1">
                    <mxGeometry x="90" width="150" height="30" as="geometry">
                        <mxRectangle width="150" height="30" as="alternateBounds"/>
                    </mxGeometry>
                </mxCell>
                <mxCell id="Ss69--j9Xr4CP8lc5kw8-69" style="edgeStyle=orthogonalEdgeStyle;rounded=1;orthogonalLoop=1;jettySize=auto;html=1;strokeColor=#0B4D6A;" parent="1" source="WeMIfrzVzb1mhSaOXlbd-31" target="Ss69--j9Xr4CP8lc5kw8-52" edge="1">
                    <mxGeometry relative="1" as="geometry"/>
                </mxCell>
                <mxCell id="Ss69--j9Xr4CP8lc5kw8-70" value="Keycloak" style="shape=datastore;whiteSpace=wrap;html=1;strokeColor=#BAC8D3;fontColor=#EEEEEE;fillColor=#09555B;rounded=1;" parent="1" vertex="1">
-                     <mxGeometry x="1191" width="60" height="60" as="geometry"/>
+                     <mxGeometry x="1191" y="101" width="60" height="60" as="geometry"/>
                </mxCell>
                <mxCell id="Ss69--j9Xr4CP8lc5kw8-71" style="edgeStyle=orthogonalEdgeStyle;rounded=1;orthogonalLoop=1;jettySize=auto;html=1;strokeColor=#0B4D6A;" parent="1" source="9z7OLy6JW_8dJLC3T-MT-43" target="Ss69--j9Xr4CP8lc5kw8-70" edge="1">
                    <mxGeometry relative="1" as="geometry"/>
                </mxCell>
                <mxCell id="2" value="List" style="swimlane;fontStyle=0;childLayout=stackLayout;horizontal=1;startSize=30;horizontalStack=0;resizeParent=1;resizeParentMax=0;resizeLast=0;collapsible=1;marginBottom=0;whiteSpace=wrap;html=1;rounded=1;" parent="1" vertex="1">
-                     <mxGeometry x="1514" y="-214" width="140" height="120" as="geometry"/>
+                     <mxGeometry x="1341" y="-79" width="140" height="120" as="geometry"/>
                </mxCell>
                <mxCell id="3" value="full" style="text;align=left;verticalAlign=middle;spacingLeft=4;spacingRight=4;overflow=hidden;points=[[0,0.5],[1,0.5]];portConstraint=eastwest;rotatable=0;whiteSpace=wrap;html=1;rounded=1;" parent="2" vertex="1">
                    <mxGeometry y="30" width="140" height="30" as="geometry"/>
                </mxCell>
                <mxCell id="4" value="part" style="text;strokeColor=none;fillColor=none;align=left;verticalAlign=middle;spacingLeft=4;spacingRight=4;overflow=hidden;points=[[0,0.5],[1,0.5]];portConstraint=eastwest;rotatable=0;whiteSpace=wrap;html=1;rounded=1;" parent="2" vertex="1">
                    <mxGeometry y="60" width="140" height="30" as="geometry"/>
                </mxCell>
                <mxCell id="5" value="none" style="text;strokeColor=none;fillColor=none;align=left;verticalAlign=middle;spacingLeft=4;spacingRight=4;overflow=hidden;points=[[0,0.5],[1,0.5]];portConstraint=eastwest;rotatable=0;whiteSpace=wrap;html=1;rounded=1;" parent="2" vertex="1">
                    <mxGeometry y="90" width="140" height="30" as="geometry"/>
                </mxCell>
            </root>
        </mxGraphModel>
    </diagram>
</mxfile>